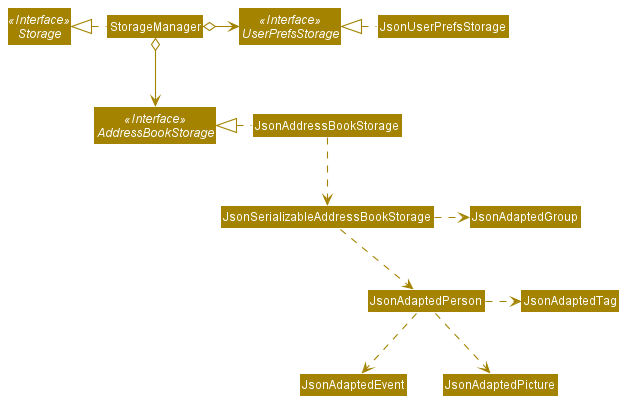
This is docs/images/StorageClassDiagram.png from nus-cs2103-AY2021S2/tp, a PlantUML export, as it was before one commit.
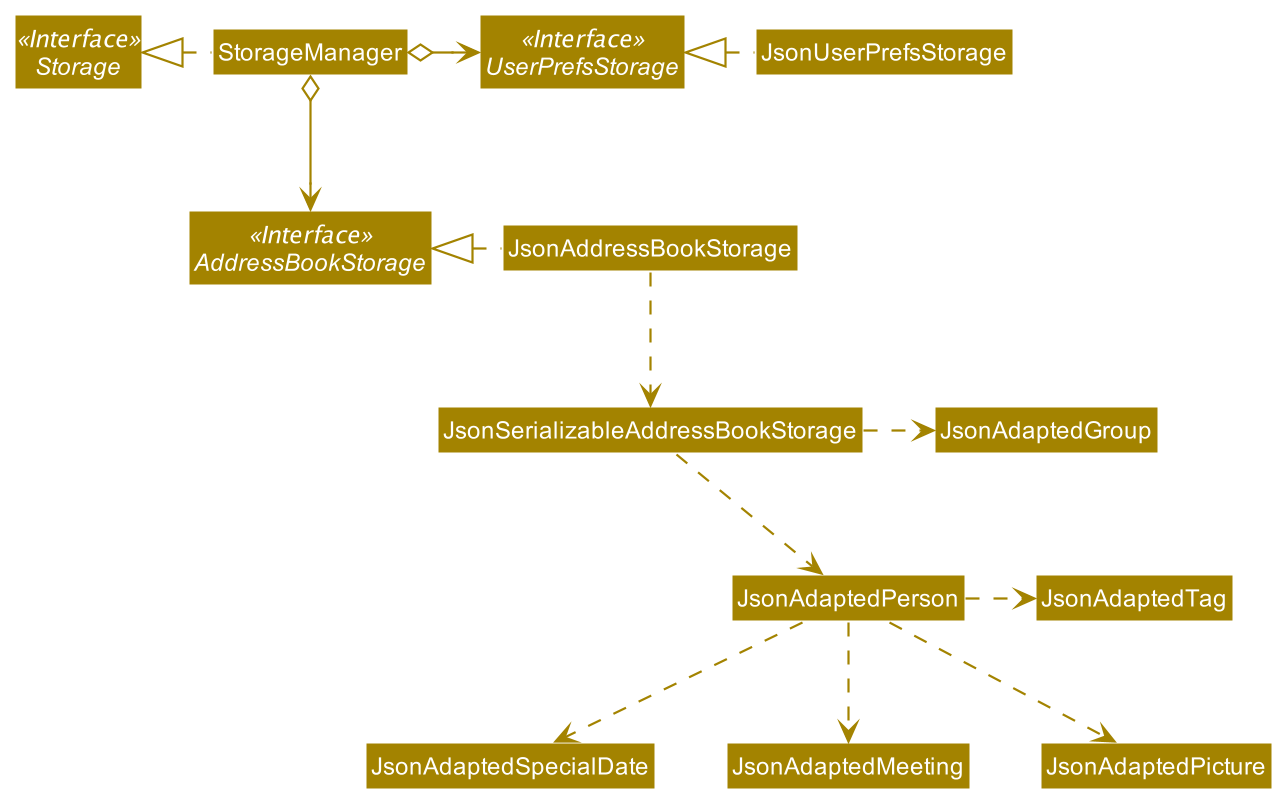
Later version of the same file.

Commit message:
Update storage class diagram

The edit, as a diff of the source:
```diff
@@ -25,6 +25,7 @@
 JsonAdaptedGroup -[hidden]down- JsonAdaptedPerson
 
 JsonAdaptedPerson .right.> JsonAdaptedTag
-JsonAdaptedPerson .down.> JsonAdaptedEvent
+JsonAdaptedPerson .down.> JsonAdaptedSpecialDate
+JsonAdaptedPerson .down.> JsonAdaptedMeeting
 JsonAdaptedPerson .down.> JsonAdaptedPicture
 @enduml
```
